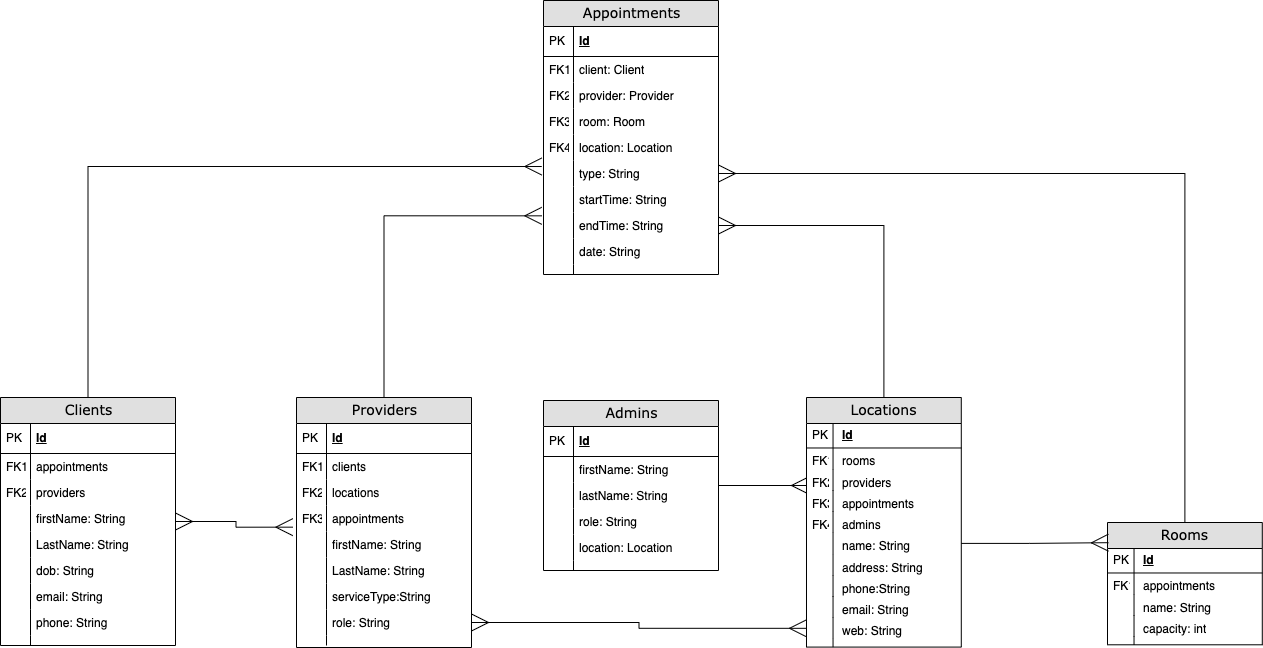
The draw.io diagram planning/2_diagrams/Appointment Management - Table Diagram.png in ccx1010sky/providers_clients, before a commit. Source tidied: cells renumbered, new cells last; positions are measured from the earlier drawing's top-left corner, leaving out a move shared by most shapes.
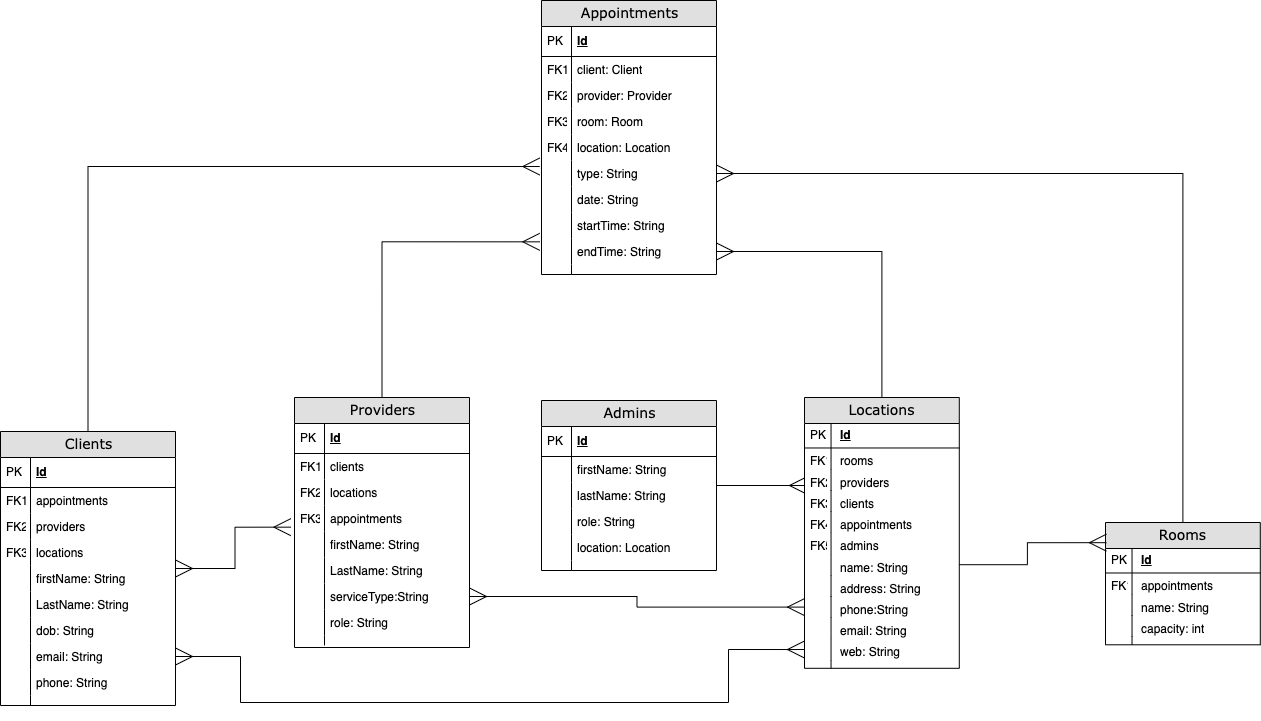
The same diagram one commit later.

Commit message:
plannnig - updated table diagram.

The edit, as a diff of the source:
```diff
@@ -41,24 +41,24 @@
     <mxCell id="14" style="shape=partialRectangle;top=0;left=0;bottom=0;html=1;fillColor=none;align=left;verticalAlign=top;spacingLeft=4;spacingRight=4;whiteSpace=wrap;overflow=hidden;" parent="13" vertex="1">
       <mxGeometry width="30" height="26" as="geometry" />
     </mxCell>
+    <mxCell id="19" value="date: String" style="shape=partialRectangle;top=0;left=0;right=0;bottom=0;html=1;align=left;verticalAlign=top;fillColor=none;spacingLeft=34;spacingRight=4;whiteSpace=wrap;overflow=hidden;" parent="2" vertex="1">
+      <mxGeometry y="186" width="175" height="26" as="geometry" />
+    </mxCell>
+    <mxCell id="20" style="shape=partialRectangle;top=0;left=0;bottom=0;html=1;fillColor=none;align=left;verticalAlign=top;spacingLeft=4;spacingRight=4;whiteSpace=wrap;overflow=hidden;" parent="19" vertex="1">
+      <mxGeometry width="30" height="26" as="geometry" />
+    </mxCell>
     <mxCell id="15" value="startTime: String" style="shape=partialRectangle;top=0;left=0;right=0;bottom=0;html=1;align=left;verticalAlign=top;fillColor=none;spacingLeft=34;spacingRight=4;whiteSpace=wrap;overflow=hidden;" parent="2" vertex="1">
-      <mxGeometry y="186" width="175" height="26" as="geometry" />
+      <mxGeometry y="212" width="175" height="26" as="geometry" />
     </mxCell>
     <mxCell id="16" style="shape=partialRectangle;top=0;left=0;bottom=0;html=1;fillColor=none;align=left;verticalAlign=top;spacingLeft=4;spacingRight=4;whiteSpace=wrap;overflow=hidden;" parent="15" vertex="1">
       <mxGeometry width="30" height="26" as="geometry" />
     </mxCell>
     <mxCell id="17" value="endTime: String" style="shape=partialRectangle;top=0;left=0;right=0;bottom=0;html=1;align=left;verticalAlign=top;fillColor=none;spacingLeft=34;spacingRight=4;whiteSpace=wrap;overflow=hidden;points=[[0,0.5],[1,0.5]];portConstraint=eastwest;" parent="2" vertex="1">
-      <mxGeometry y="212" width="175" height="26" as="geometry" />
+      <mxGeometry y="238" width="175" height="26" as="geometry" />
     </mxCell>
     <mxCell id="18" style="shape=partialRectangle;top=0;left=0;bottom=0;html=1;fillColor=none;align=left;verticalAlign=top;spacingLeft=4;spacingRight=4;whiteSpace=wrap;overflow=hidden;" parent="17" vertex="1">
       <mxGeometry width="30" height="26" as="geometry" />
     </mxCell>
-    <mxCell id="19" value="date: String" style="shape=partialRectangle;top=0;left=0;right=0;bottom=0;html=1;align=left;verticalAlign=top;fillColor=none;spacingLeft=34;spacingRight=4;whiteSpace=wrap;overflow=hidden;" parent="2" vertex="1">
-      <mxGeometry y="238" width="175" height="26" as="geometry" />
-    </mxCell>
-    <mxCell id="20" style="shape=partialRectangle;top=0;left=0;bottom=0;html=1;fillColor=none;align=left;verticalAlign=top;spacingLeft=4;spacingRight=4;whiteSpace=wrap;overflow=hidden;" parent="19" vertex="1">
-      <mxGeometry width="30" height="26" as="geometry" />
-    </mxCell>
     <mxCell id="21" style="shape=partialRectangle;top=0;left=0;right=0;bottom=0;html=1;align=left;verticalAlign=top;fillColor=none;spacingLeft=34;spacingRight=4;whiteSpace=wrap;overflow=hidden;" parent="2" vertex="1">
       <mxGeometry y="264" width="175" height="10" as="geometry" />
     </mxCell>
@@ -116,7 +116,7 @@
       <mxGeometry relative="1" as="geometry" />
     </mxCell>
     <mxCell id="39" value="Clients" style="swimlane;html=1;fontStyle=0;horizontal=1;startSize=26;fillColor=#e0e0e0;swimlaneFillColor=#ffffff;align=center;rounded=0;shadow=0;comic=0;labelBackgroundColor=none;strokeWidth=1;fontFamily=Verdana;fontSize=14;" parent="1" vertex="1">
-      <mxGeometry y="397" width="175" height="248" as="geometry" />
+      <mxGeometry x="2" y="431" width="175" height="274" as="geometry" />
     </mxCell>
     <mxCell id="40" value="Id" style="shape=partialRectangle;top=0;left=0;right=0;bottom=1;html=1;align=left;verticalAlign=middle;fillColor=none;spacingLeft=34;spacingRight=4;whiteSpace=wrap;overflow=hidden;fontStyle=5;" parent="39" vertex="1">
       <mxGeometry y="26" width="175" height="30" as="geometry" />
@@ -136,38 +136,44 @@
     <mxCell id="45" value="FK2" style="shape=partialRectangle;top=0;left=0;bottom=0;html=1;fillColor=none;align=left;verticalAlign=top;spacingLeft=4;spacingRight=4;whiteSpace=wrap;overflow=hidden;" parent="44" vertex="1">
       <mxGeometry width="30" height="26" as="geometry" />
     </mxCell>
+    <mxCell id="116" value="locations" style="shape=partialRectangle;top=0;left=0;right=0;bottom=0;html=1;align=left;verticalAlign=top;fillColor=none;spacingLeft=34;spacingRight=4;whiteSpace=wrap;overflow=hidden;" parent="39" vertex="1">
+      <mxGeometry y="108" width="175" height="26" as="geometry" />
+    </mxCell>
+    <mxCell id="117" value="FK3" style="shape=partialRectangle;top=0;left=0;bottom=0;html=1;fillColor=none;align=left;verticalAlign=top;spacingLeft=4;spacingRight=4;whiteSpace=wrap;overflow=hidden;" parent="116" vertex="1">
+      <mxGeometry width="30" height="26" as="geometry" />
+    </mxCell>
     <mxCell id="46" value="firstName: String" style="shape=partialRectangle;top=0;left=0;right=0;bottom=0;html=1;align=left;verticalAlign=top;fillColor=none;spacingLeft=34;spacingRight=4;whiteSpace=wrap;overflow=hidden;" parent="39" vertex="1">
-      <mxGeometry y="108" width="175" height="26" as="geometry" />
+      <mxGeometry y="134" width="175" height="26" as="geometry" />
     </mxCell>
     <mxCell id="47" style="shape=partialRectangle;top=0;left=0;bottom=0;html=1;fillColor=none;align=left;verticalAlign=top;spacingLeft=4;spacingRight=4;whiteSpace=wrap;overflow=hidden;" parent="46" vertex="1">
       <mxGeometry width="30" height="26" as="geometry" />
     </mxCell>
     <mxCell id="48" value="LastName: String" style="shape=partialRectangle;top=0;left=0;right=0;bottom=0;html=1;align=left;verticalAlign=top;fillColor=none;spacingLeft=34;spacingRight=4;whiteSpace=wrap;overflow=hidden;" parent="39" vertex="1">
-      <mxGeometry y="134" width="175" height="26" as="geometry" />
+      <mxGeometry y="160" width="175" height="26" as="geometry" />
     </mxCell>
     <mxCell id="49" style="shape=partialRectangle;top=0;left=0;bottom=0;html=1;fillColor=none;align=left;verticalAlign=top;spacingLeft=4;spacingRight=4;whiteSpace=wrap;overflow=hidden;" parent="48" vertex="1">
       <mxGeometry width="30" height="26" as="geometry" />
     </mxCell>
     <mxCell id="50" value="dob: String" style="shape=partialRectangle;top=0;left=0;right=0;bottom=0;html=1;align=left;verticalAlign=top;fillColor=none;spacingLeft=34;spacingRight=4;whiteSpace=wrap;overflow=hidden;" parent="39" vertex="1">
-      <mxGeometry y="160" width="175" height="26" as="geometry" />
+      <mxGeometry y="186" width="175" height="26" as="geometry" />
     </mxCell>
     <mxCell id="51" style="shape=partialRectangle;top=0;left=0;bottom=0;html=1;fillColor=none;align=left;verticalAlign=top;spacingLeft=4;spacingRight=4;whiteSpace=wrap;overflow=hidden;" parent="50" vertex="1">
       <mxGeometry width="30" height="26" as="geometry" />
     </mxCell>
     <mxCell id="52" value="email: String" style="shape=partialRectangle;top=0;left=0;right=0;bottom=0;html=1;align=left;verticalAlign=top;fillColor=none;spacingLeft=34;spacingRight=4;whiteSpace=wrap;overflow=hidden;points=[[0,0.5],[1,0.5]];portConstraint=eastwest;" parent="39" vertex="1">
-      <mxGeometry y="186" width="175" height="26" as="geometry" />
+      <mxGeometry y="212" width="175" height="26" as="geometry" />
     </mxCell>
     <mxCell id="53" style="shape=partialRectangle;top=0;left=0;bottom=0;html=1;fillColor=none;align=left;verticalAlign=top;spacingLeft=4;spacingRight=4;whiteSpace=wrap;overflow=hidden;" parent="52" vertex="1">
       <mxGeometry width="30" height="26" as="geometry" />
     </mxCell>
     <mxCell id="54" value="phone: String" style="shape=partialRectangle;top=0;left=0;right=0;bottom=0;html=1;align=left;verticalAlign=top;fillColor=none;spacingLeft=34;spacingRight=4;whiteSpace=wrap;overflow=hidden;" parent="39" vertex="1">
-      <mxGeometry y="212" width="175" height="26" as="geometry" />
+      <mxGeometry y="238" width="175" height="26" as="geometry" />
     </mxCell>
     <mxCell id="55" style="shape=partialRectangle;top=0;left=0;bottom=0;html=1;fillColor=none;align=left;verticalAlign=top;spacingLeft=4;spacingRight=4;whiteSpace=wrap;overflow=hidden;" parent="54" vertex="1">
       <mxGeometry width="30" height="26" as="geometry" />
     </mxCell>
     <mxCell id="56" style="shape=partialRectangle;top=0;left=0;right=0;bottom=0;html=1;align=left;verticalAlign=top;fillColor=none;spacingLeft=34;spacingRight=4;whiteSpace=wrap;overflow=hidden;" parent="39" vertex="1">
-      <mxGeometry y="238" width="175" height="10" as="geometry" />
+      <mxGeometry y="264" width="175" height="10" as="geometry" />
     </mxCell>
     <mxCell id="57" style="shape=partialRectangle;top=0;left=0;bottom=0;html=1;fillColor=none;align=left;verticalAlign=top;spacingLeft=4;spacingRight=4;whiteSpace=wrap;overflow=hidden;" parent="56" vertex="1">
       <mxGeometry width="30" height="10" as="geometry" />
@@ -238,13 +244,11 @@
     <mxCell id="79" style="edgeStyle=orthogonalEdgeStyle;rounded=0;jettySize=auto;html=1;exitX=0.5;exitY=0;exitDx=0;exitDy=0;startArrow=none;startFill=0;endArrow=ERmany;endFill=0;startSize=15;endSize=15;" parent="1" edge="1" source="104" target="13">
       <mxGeometry relative="1" as="geometry" />
     </mxCell>
-    <mxCell id="80" style="edgeStyle=orthogonalEdgeStyle;rounded=0;jettySize=auto;html=1;exitX=0;exitY=0.5;exitDx=0;exitDy=0;entryX=1;entryY=0.5;entryDx=0;entryDy=0;startArrow=ERmany;startFill=0;endArrow=ERmany;endFill=0;startSize=15;endSize=15;" parent="1" edge="1" source="100">
-      <mxGeometry relative="1" as="geometry">
-        <mxPoint x="471" y="622" as="targetPoint" />
-      </mxGeometry>
+    <mxCell id="80" style="edgeStyle=orthogonalEdgeStyle;rounded=0;jettySize=auto;html=1;exitX=0;exitY=0.5;exitDx=0;exitDy=0;startArrow=ERmany;startFill=0;endArrow=ERmany;endFill=0;startSize=15;endSize=15;entryX=1;entryY=0.5;entryDx=0;entryDy=0;" parent="1" edge="1" source="96" target="72">
+      <mxGeometry relative="1" as="geometry" />
     </mxCell>
     <mxCell id="81" value="Locations" style="swimlane;html=1;fontStyle=0;horizontal=1;startSize=26;fillColor=#e0e0e0;swimlaneFillColor=#ffffff;align=center;rounded=0;shadow=0;comic=0;labelBackgroundColor=none;strokeWidth=1;fontFamily=Verdana;fontSize=14;" parent="1" vertex="1">
-      <mxGeometry x="806" y="397" width="154.8" height="249.6" as="geometry" />
+      <mxGeometry x="806" y="397" width="154.8" height="270.8" as="geometry" />
     </mxCell>
     <mxCell id="82" value="Id" style="shape=partialRectangle;top=0;left=0;right=0;bottom=1;html=1;align=left;verticalAlign=middle;fillColor=none;spacingLeft=34;spacingRight=4;whiteSpace=wrap;overflow=hidden;fontStyle=5;" parent="81" vertex="1">
       <mxGeometry y="26" width="154.8" height="24.5" as="geometry" />
@@ -264,50 +268,56 @@
     <mxCell id="87" value="FK2" style="shape=partialRectangle;top=0;left=0;bottom=0;html=1;fillColor=none;align=left;verticalAlign=top;spacingLeft=4;spacingRight=4;whiteSpace=wrap;overflow=hidden;" parent="86" vertex="1">
       <mxGeometry width="26.5" height="21.2" as="geometry" />
     </mxCell>
+    <mxCell id="118" value="clients" style="shape=partialRectangle;top=0;left=0;right=0;bottom=0;html=1;align=left;verticalAlign=top;fillColor=none;spacingLeft=34;spacingRight=4;whiteSpace=wrap;overflow=hidden;" parent="81" vertex="1">
+      <mxGeometry y="92.9" width="154.8" height="21.2" as="geometry" />
+    </mxCell>
+    <mxCell id="119" value="FK3&lt;span style=&quot;white-space: pre&quot;&gt;&#9;&lt;/span&gt;&lt;span style=&quot;white-space: pre&quot;&gt;&#9;&lt;/span&gt;" style="shape=partialRectangle;top=0;left=0;bottom=0;html=1;fillColor=none;align=left;verticalAlign=top;spacingLeft=4;spacingRight=4;whiteSpace=wrap;overflow=hidden;" parent="118" vertex="1">
+      <mxGeometry width="26.5" height="21.2" as="geometry" />
+    </mxCell>
     <mxCell id="88" value="appointments" style="shape=partialRectangle;top=0;left=0;right=0;bottom=0;html=1;align=left;verticalAlign=top;fillColor=none;spacingLeft=34;spacingRight=4;whiteSpace=wrap;overflow=hidden;" parent="81" vertex="1">
-      <mxGeometry y="92.9" width="154.8" height="21.2" as="geometry" />
+      <mxGeometry y="114.1" width="154.8" height="21.2" as="geometry" />
     </mxCell>
-    <mxCell id="89" value="FK3" style="shape=partialRectangle;top=0;left=0;bottom=0;html=1;fillColor=none;align=left;verticalAlign=top;spacingLeft=4;spacingRight=4;whiteSpace=wrap;overflow=hidden;" parent="88" vertex="1">
+    <mxCell id="89" value="FK4" style="shape=partialRectangle;top=0;left=0;bottom=0;html=1;fillColor=none;align=left;verticalAlign=top;spacingLeft=4;spacingRight=4;whiteSpace=wrap;overflow=hidden;" parent="88" vertex="1">
       <mxGeometry width="26.5" height="21.2" as="geometry" />
     </mxCell>
     <mxCell id="90" value="admins" style="shape=partialRectangle;top=0;left=0;right=0;bottom=0;html=1;align=left;verticalAlign=top;fillColor=none;spacingLeft=34;spacingRight=4;whiteSpace=wrap;overflow=hidden;" parent="81" vertex="1">
-      <mxGeometry y="114.1" width="154.8" height="21.2" as="geometry" />
+      <mxGeometry y="135.3" width="154.8" height="21.2" as="geometry" />
     </mxCell>
-    <mxCell id="91" value="FK4" style="shape=partialRectangle;top=0;left=0;bottom=0;html=1;fillColor=none;align=left;verticalAlign=top;spacingLeft=4;spacingRight=4;whiteSpace=wrap;overflow=hidden;" parent="90" vertex="1">
+    <mxCell id="91" value="FK5" style="shape=partialRectangle;top=0;left=0;bottom=0;html=1;fillColor=none;align=left;verticalAlign=top;spacingLeft=4;spacingRight=4;whiteSpace=wrap;overflow=hidden;" parent="90" vertex="1">
       <mxGeometry width="26.5" height="21.2" as="geometry" />
     </mxCell>
     <mxCell id="92" value="name: String" style="shape=partialRectangle;top=0;left=0;right=0;bottom=0;html=1;align=left;verticalAlign=top;fillColor=none;spacingLeft=34;spacingRight=4;whiteSpace=wrap;overflow=hidden;points=[[0,0.5],[1,0.5]];portConstraint=eastwest;" parent="81" vertex="1">
-      <mxGeometry y="135.3" width="154.8" height="21.2" as="geometry" />
+      <mxGeometry y="156.6" width="154.8" height="21.2" as="geometry" />
     </mxCell>
     <mxCell id="93" style="shape=partialRectangle;top=0;left=0;bottom=0;html=1;fillColor=none;align=left;verticalAlign=top;spacingLeft=4;spacingRight=4;whiteSpace=wrap;overflow=hidden;" parent="92" vertex="1">
       <mxGeometry width="26.5" height="21.2" as="geometry" />
     </mxCell>
     <mxCell id="94" value="address: String" style="shape=partialRectangle;top=0;left=0;right=0;bottom=0;html=1;align=left;verticalAlign=top;fillColor=none;spacingLeft=34;spacingRight=4;whiteSpace=wrap;overflow=hidden;" parent="81" vertex="1">
-      <mxGeometry y="156.6" width="154.8" height="21.2" as="geometry" />
+      <mxGeometry y="177.8" width="154.8" height="21.2" as="geometry" />
     </mxCell>
     <mxCell id="95" style="shape=partialRectangle;top=0;left=0;bottom=0;html=1;fillColor=none;align=left;verticalAlign=top;spacingLeft=4;spacingRight=4;whiteSpace=wrap;overflow=hidden;" parent="94" vertex="1">
       <mxGeometry width="26.5" height="21.2" as="geometry" />
     </mxCell>
     <mxCell id="96" value="phone:String" style="shape=partialRectangle;top=0;left=0;right=0;bottom=0;html=1;align=left;verticalAlign=top;fillColor=none;spacingLeft=34;spacingRight=4;whiteSpace=wrap;overflow=hidden;points=[[0,0.5],[1,0.5]];portConstraint=eastwest;" parent="81" vertex="1">
-      <mxGeometry y="177.8" width="154.8" height="21.2" as="geometry" />
+      <mxGeometry y="199" width="154.8" height="21.2" as="geometry" />
     </mxCell>
     <mxCell id="97" style="shape=partialRectangle;top=0;left=0;bottom=0;html=1;fillColor=none;align=left;verticalAlign=top;spacingLeft=4;spacingRight=4;whiteSpace=wrap;overflow=hidden;" parent="96" vertex="1">
       <mxGeometry width="26.5" height="21.2" as="geometry" />
     </mxCell>
     <mxCell id="98" value="email: String" style="shape=partialRectangle;top=0;left=0;right=0;bottom=0;html=1;align=left;verticalAlign=top;fillColor=none;spacingLeft=34;spacingRight=4;whiteSpace=wrap;overflow=hidden;" parent="81" vertex="1">
-      <mxGeometry y="199" width="154.8" height="21.2" as="geometry" />
+      <mxGeometry y="220.2" width="154.8" height="21.2" as="geometry" />
     </mxCell>
     <mxCell id="99" style="shape=partialRectangle;top=0;left=0;bottom=0;html=1;fillColor=none;align=left;verticalAlign=top;spacingLeft=4;spacingRight=4;whiteSpace=wrap;overflow=hidden;" parent="98" vertex="1">
       <mxGeometry width="26.5" height="21.2" as="geometry" />
     </mxCell>
     <mxCell id="100" value="web: String" style="shape=partialRectangle;top=0;left=0;right=0;bottom=0;html=1;align=left;verticalAlign=top;fillColor=none;spacingLeft=34;spacingRight=4;whiteSpace=wrap;overflow=hidden;points=[[0,0.5],[1,0.5]];portConstraint=eastwest;" parent="81" vertex="1">
-      <mxGeometry y="220.2" width="154.8" height="21.2" as="geometry" />
+      <mxGeometry y="241.4" width="154.8" height="21.2" as="geometry" />
     </mxCell>
     <mxCell id="101" style="shape=partialRectangle;top=0;left=0;bottom=0;html=1;fillColor=none;align=left;verticalAlign=top;spacingLeft=4;spacingRight=4;whiteSpace=wrap;overflow=hidden;" parent="100" vertex="1">
       <mxGeometry width="26.5" height="21.2" as="geometry" />
     </mxCell>
     <mxCell id="102" style="shape=partialRectangle;top=0;left=0;right=0;bottom=0;html=1;align=left;verticalAlign=top;fillColor=none;spacingLeft=34;spacingRight=4;whiteSpace=wrap;overflow=hidden;" parent="81" vertex="1">
-      <mxGeometry y="241.4" width="154.8" height="8.2" as="geometry" />
+      <mxGeometry y="262.6" width="154.8" height="8.2" as="geometry" />
     </mxCell>
     <mxCell id="103" style="shape=partialRectangle;top=0;left=0;bottom=0;html=1;fillColor=none;align=left;verticalAlign=top;spacingLeft=4;spacingRight=4;whiteSpace=wrap;overflow=hidden;" parent="102" vertex="1">
       <mxGeometry width="26.5" height="8.2" as="geometry" />
@@ -348,5 +358,15 @@
     <mxCell id="115" style="edgeStyle=orthogonalEdgeStyle;rounded=0;jettySize=auto;html=1;entryX=0.006;entryY=0.165;entryDx=0;entryDy=0;entryPerimeter=0;startArrow=none;startFill=0;startSize=15;endSize=15;targetPerimeterSpacing=0;strokeWidth=1;endArrow=ERmany;endFill=0;" parent="1" edge="1" source="92" target="104">
       <mxGeometry relative="1" as="geometry" />
     </mxCell>
+    <mxCell id="120" style="edgeStyle=orthogonalEdgeStyle;rounded=0;jettySize=auto;html=1;entryX=0;entryY=0.5;entryDx=0;entryDy=0;startArrow=ERmany;startFill=0;endArrow=ERmany;endFill=0;startSize=15;endSize=15;" parent="1" edge="1" source="52" target="100">
+      <mxGeometry relative="1" as="geometry">
+        <Array as="points">
+          <mxPoint x="242" y="656" />
+          <mxPoint x="242" y="702" />
+          <mxPoint x="730" y="702" />
+          <mxPoint x="730" y="649" />
+        </Array>
+      </mxGeometry>
+    </mxCell>
   </root>
 </mxGraphModel>
```
